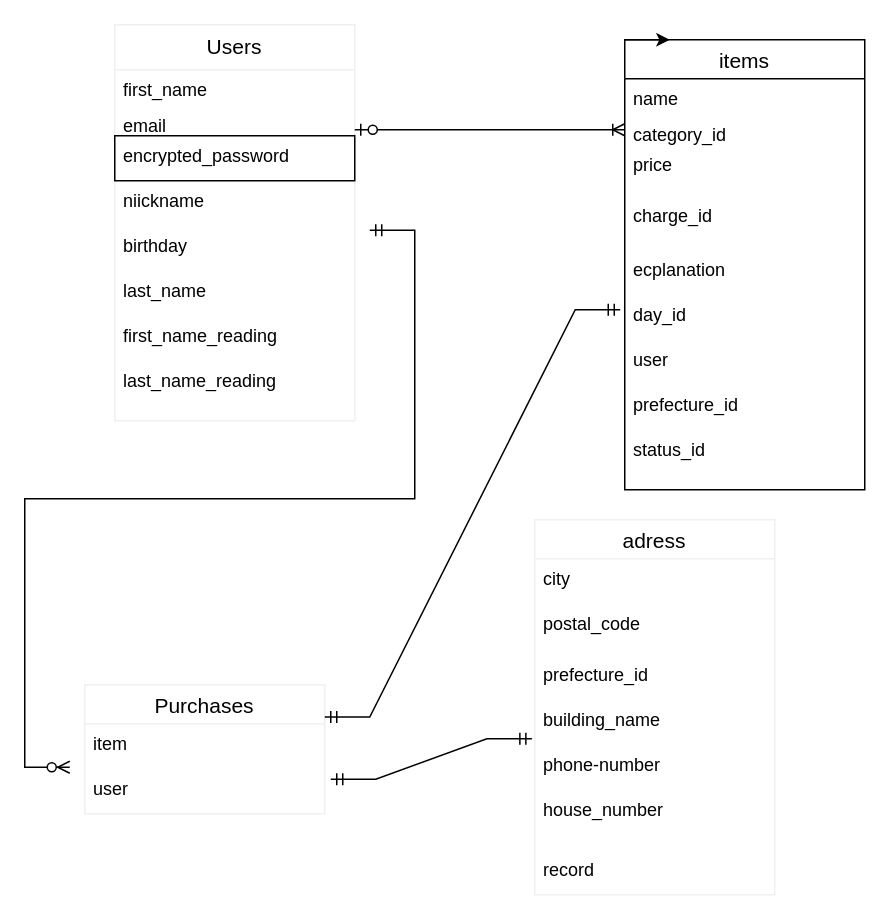
Before: test.dio in 1090dopl/furima-37280, a draw.io diagram. Source tidied: cells renumbered, new cells numbered last; positions are measured from the earlier drawing's top-left corner, leaving out a move shared by most shapes. Both pictures are drawn from the tidied source at 150%, with x=0, y=0 at pixel (69, 24).
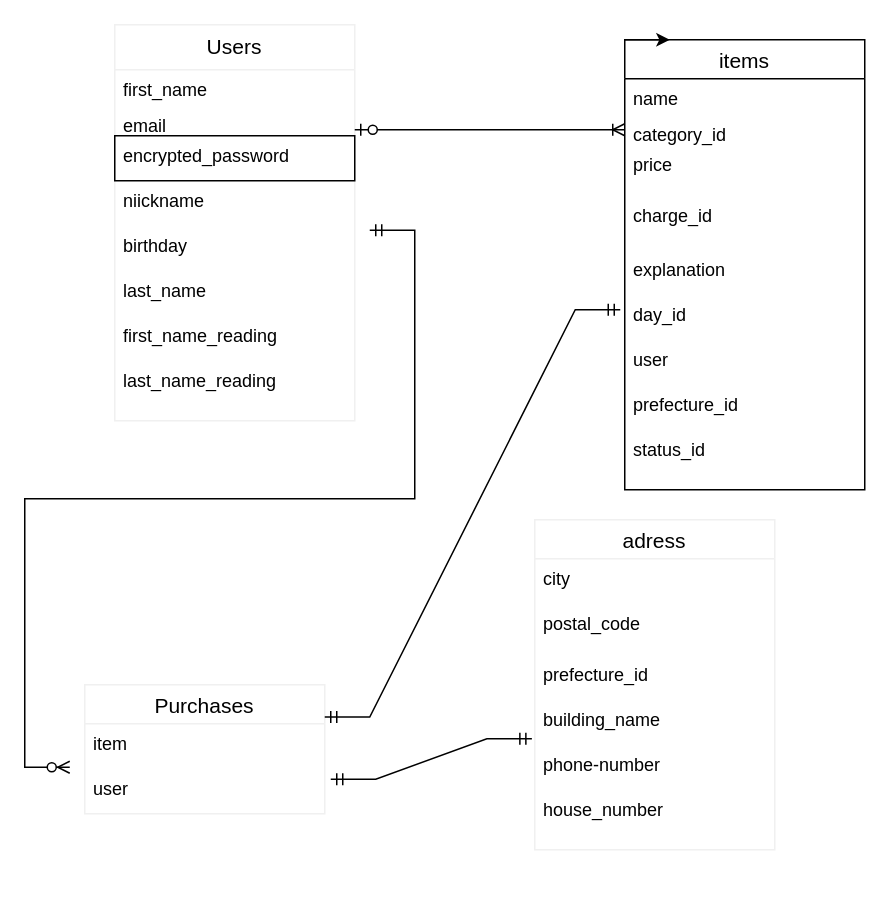
The same diagram, later.

Unchanged cells that the change refers to:
```xml
<mxCell id="24" value="items" style="swimlane;fontStyle=0;horizontal=1;startSize=26;align=center;fontSize=14;labelBackgroundColor=default;strokeColor=default;strokeWidth=1;fillColor=none;" parent="1" vertex="1">
  <mxGeometry x="370" y="10" width="160" height="300" as="geometry" />
</mxCell>
```

Diff of the diagram source:
```diff
@@
     <mxCell id="5" value="adress" style="swimlane;fontStyle=0;horizontal=1;startSize=26;align=center;fontSize=14;strokeColor=#F0F0F0;strokeWidth=1;fillColor=none;" parent="1" vertex="1">
-      <mxGeometry x="310" y="330" width="160" height="250" as="geometry" />
+      <mxGeometry x="310" y="330" width="160" height="220" as="geometry" />
     </mxCell>
@@
-    <mxCell id="12" value="record" style="text;strokeColor=none;fillColor=none;spacingLeft=4;spacingRight=4;overflow=hidden;fontSize=12;labelBackgroundColor=default;" parent="5" vertex="1">
-      <mxGeometry y="220" width="160" height="30" as="geometry" />
-    </mxCell>
@@
-    <mxCell id="29" value="ecplanation" style="text;strokeColor=none;fillColor=none;spacingLeft=4;spacingRight=4;overflow=hidden;fontSize=12;labelBackgroundColor=default;" parent="24" vertex="1">
+    <mxCell id="29" value="explanation" style="text;strokeColor=none;fillColor=none;spacingLeft=4;spacingRight=4;overflow=hidden;fontSize=12;labelBackgroundColor=default;" parent="24" vertex="1">
       <mxGeometry y="140" width="160" height="30" as="geometry" />
     </mxCell>
```
